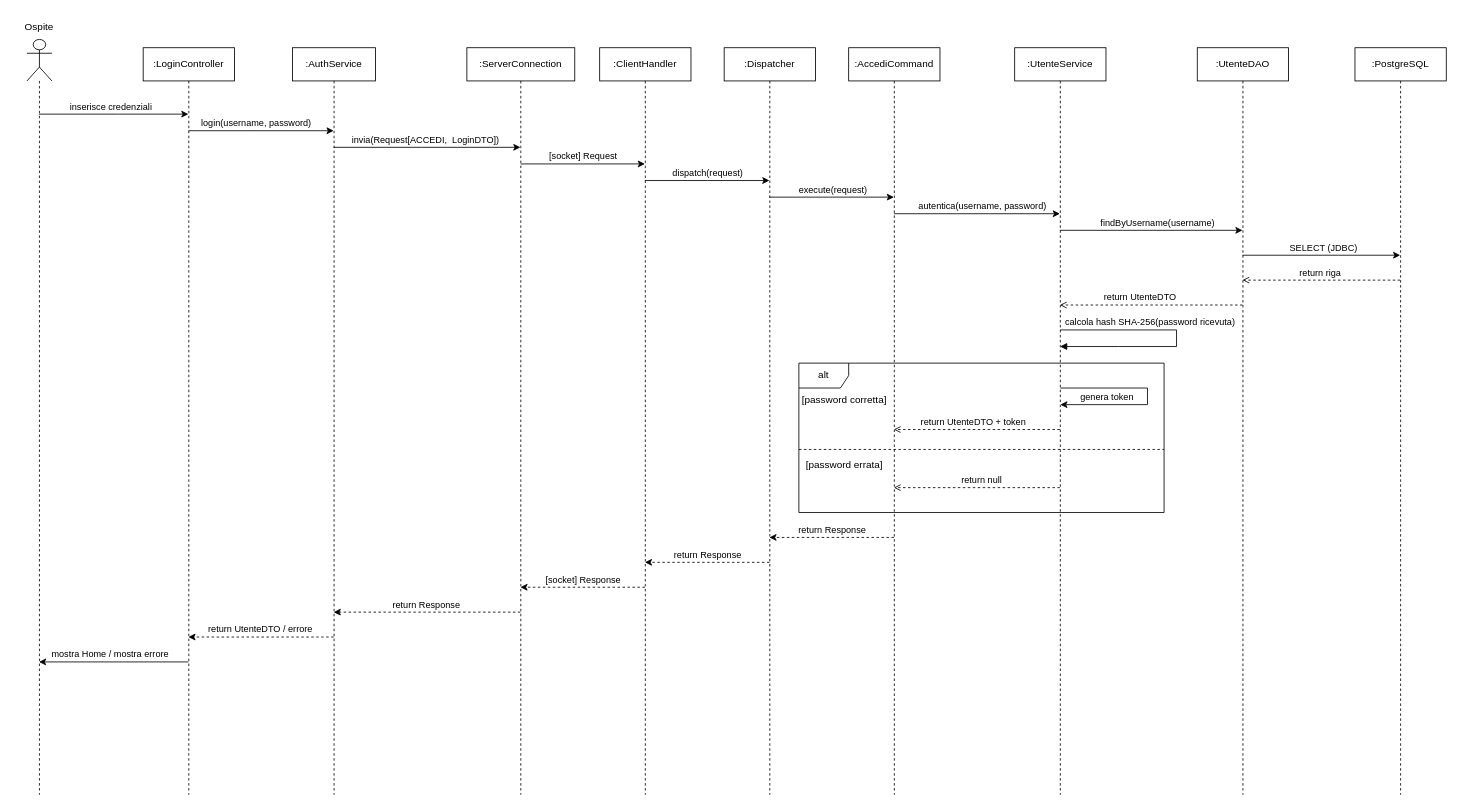
The draw.io diagram page "Login" (1 of 6) of Progettazione/Barlera/Diagrammi/SequenceDiagram.drawio in FloshDev/TheKnife-B, before the edit. Source tidied: cells renumbered, new cells numbered last; positions are measured from the earlier drawing's top-left corner, leaving out a move shared by most shapes. Both pictures are drawn from the tidied source at 83%, with x=0, y=0 at pixel (14, 14).
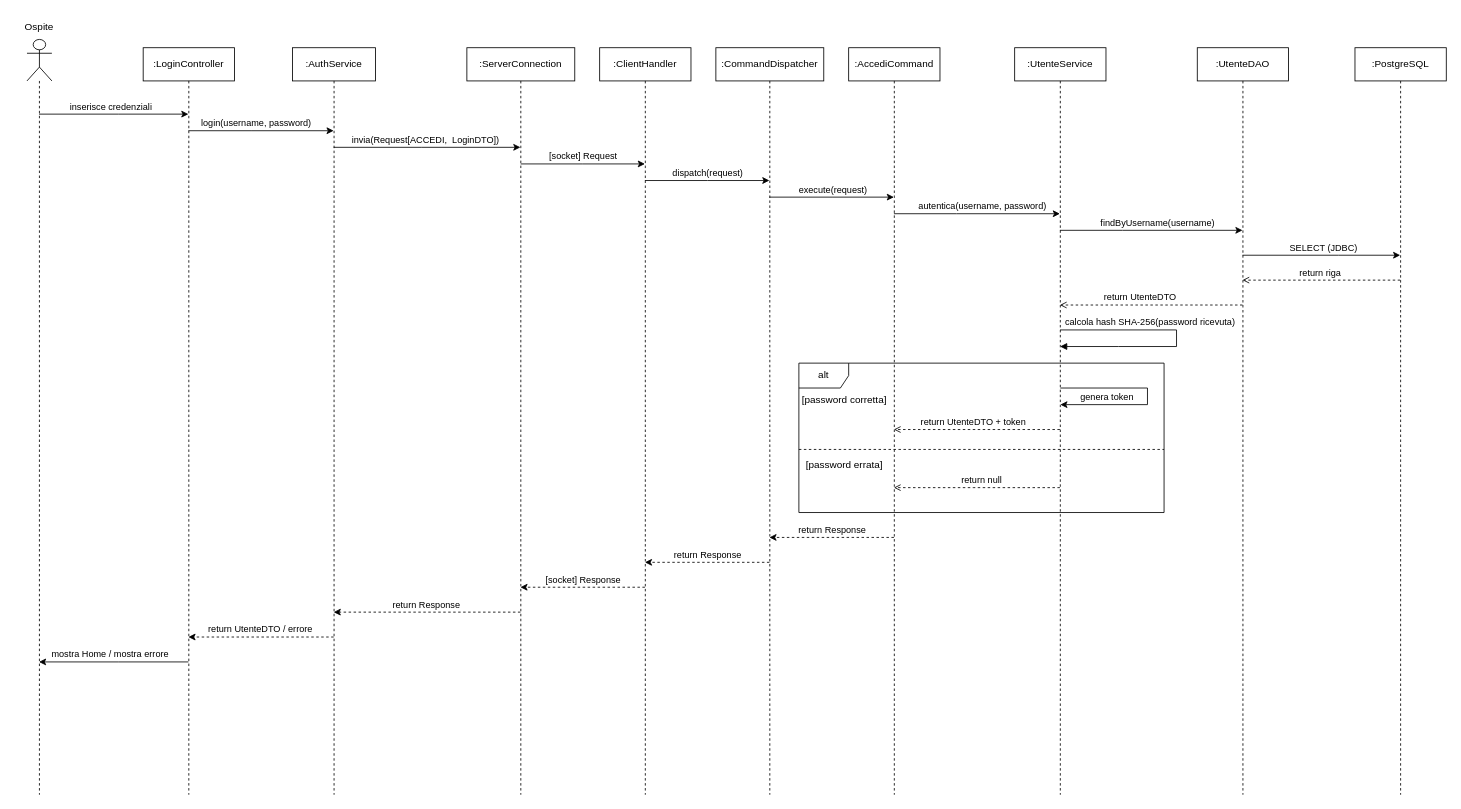
Above is the later version.

Commit message (it also covers changes not shown here):
Risincronizza SequenceDiagram al codice reale (CommandDispatcher, DTO, ResponseStatus IT)

The edit, as a diff of the source:
```diff
@@
-    <mxCell id="18" value=":Dispatcher" style="shape=umlLifeline;perimeter=lifelinePerimeter;whiteSpace=wrap;html=1;outlineConnect=0;portConstraint=eastwest;newEdgeStyle={&quot;edgeStyle&quot;:&quot;elbowEdgeStyle&quot;,&quot;elbow&quot;:&quot;vertical&quot;,&quot;curved&quot;:0,&quot;rounded&quot;:0};" parent="1" vertex="1">
-      <mxGeometry x="855" y="40" width="110" height="900" as="geometry" />
+    <mxCell id="18" value=":CommandDispatcher" style="shape=umlLifeline;perimeter=lifelinePerimeter;whiteSpace=wrap;html=1;outlineConnect=0;portConstraint=eastwest;newEdgeStyle={&quot;edgeStyle&quot;:&quot;elbowEdgeStyle&quot;,&quot;elbow&quot;:&quot;vertical&quot;,&quot;curved&quot;:0,&quot;rounded&quot;:0};" parent="1" vertex="1">
+      <mxGeometry x="845" y="40" width="130" height="900" as="geometry" />
     </mxCell>
```
